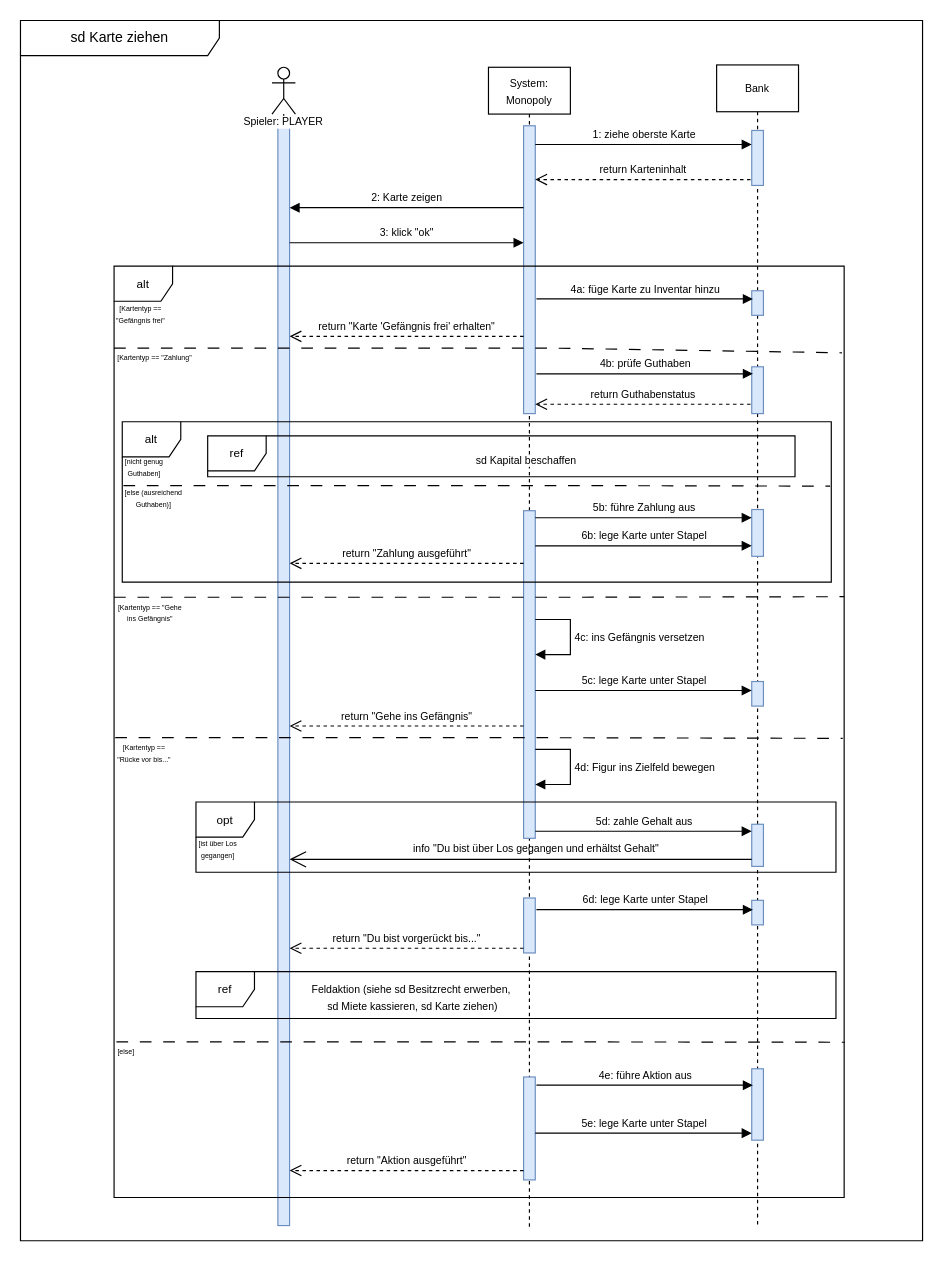
TypeWolf/dhbw_se_monopoly keeps this draw.io diagram as page "sd Karte ziehen" (5 of 7) of Sequenzdiagramme SE Monopoly.drawio. Above is the earlier version. Source tidied: cells renumbered, new cells numbered last; positions are measured from the earlier drawing's top-left corner, leaving out a move shared by most shapes. Both pictures are drawn from the tidied source at 117%, with x=0, y=0 at pixel (20, 20).
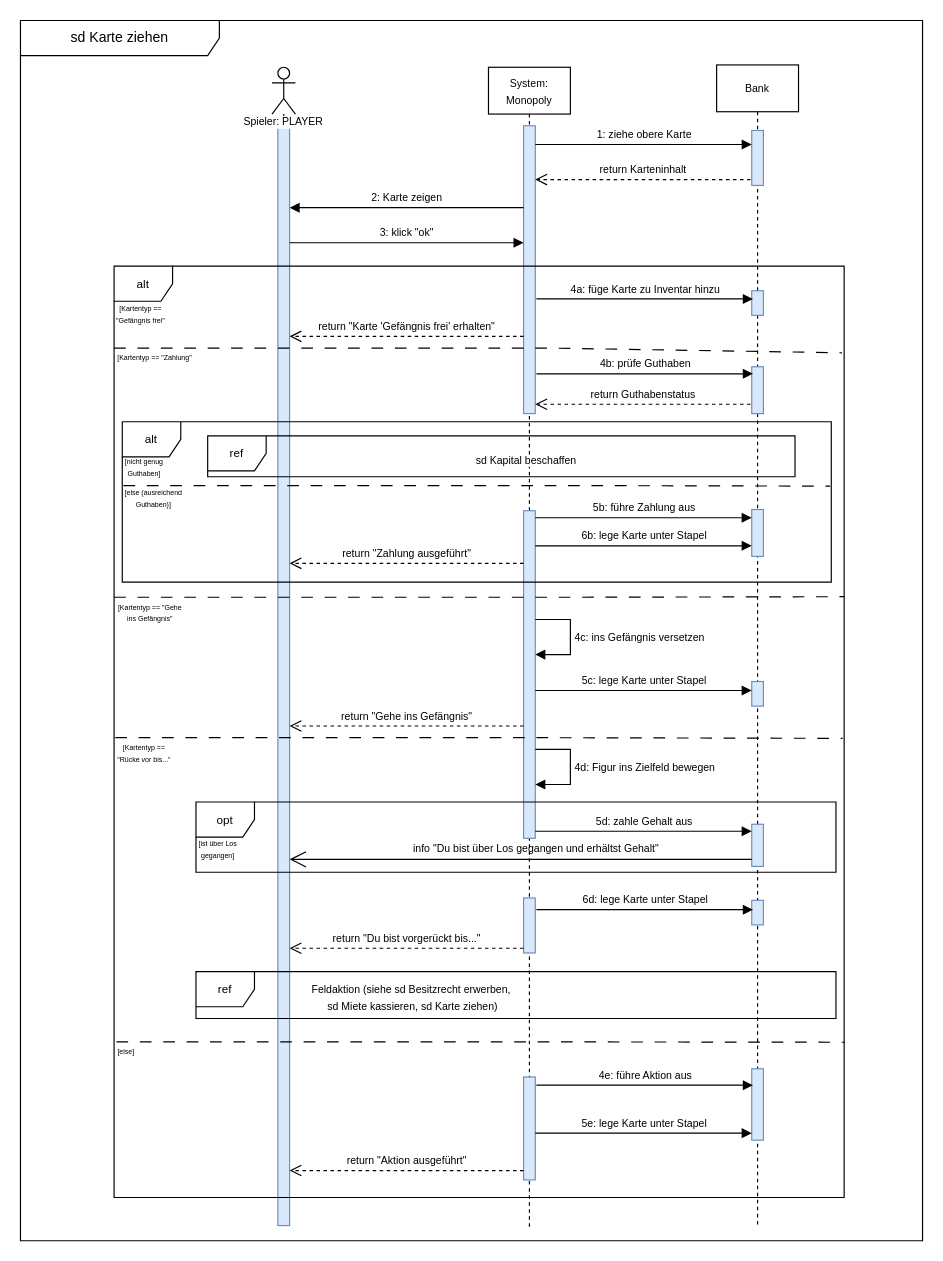
The same page after the edit.

Unchanged cells that the change refers to:
```xml
<mxCell id="34" value="sd Karte ziehen" style="shape=umlFrame;whiteSpace=wrap;html=1;width=170;" parent="1" vertex="1">
  <mxGeometry width="771" height="1043" as="geometry" />
</mxCell>
```

What changed in the source:
```diff
@@
-    <mxCell id="44" value="&lt;font style=&quot;font-size: 9px;&quot;&gt;1: ziehe oberste Karte&lt;/font&gt;" style="html=1;verticalAlign=bottom;endArrow=block;curved=0;rounded=0;" parent="34" edge="1">
+    <mxCell id="44" value="&lt;font style=&quot;font-size: 9px;&quot;&gt;1: ziehe obere Karte&lt;/font&gt;" style="html=1;verticalAlign=bottom;endArrow=block;curved=0;rounded=0;" parent="34" edge="1">
       <mxGeometry relative="1" as="geometry">
         <mxPoint x="440" y="106" as="sourcePoint" />
         <mxPoint x="625" y="106" as="targetPoint" />
       </mxGeometry>
     </mxCell>
```
